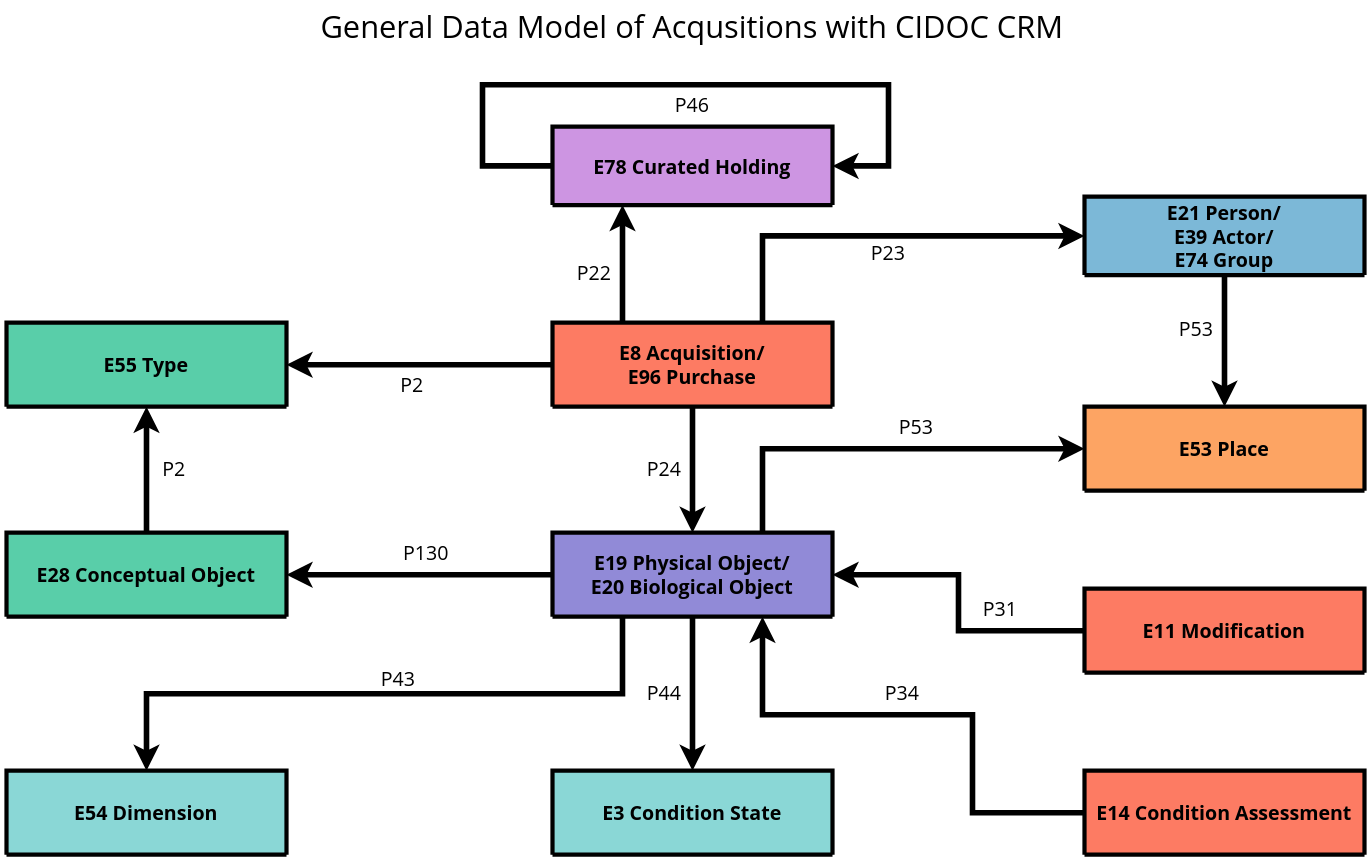
marquart/naturkundemuseum-annotation keeps this draw.io diagram as Documentation/Visualizations/E8_visualization.svg. Above is the earlier version. Source tidied: cells renumbered, new cells last; positions are measured from the earlier drawing's top-left corner, leaving out a move shared by most shapes.
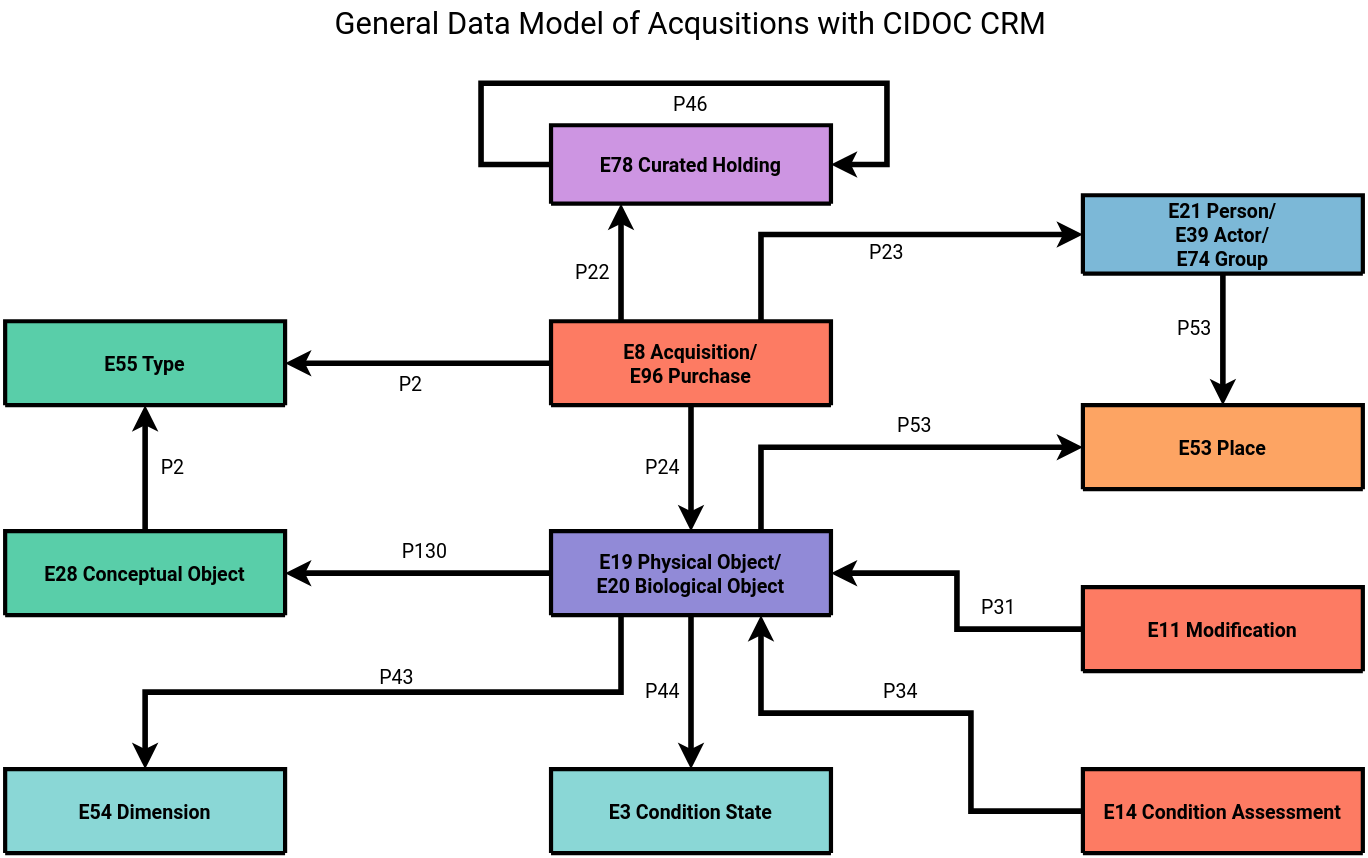
After the change.

Change to the diagram source:
```diff
@@ -14,10 +14,10 @@
     <mxCell id="5" style="edgeStyle=orthogonalEdgeStyle;rounded=0;jettySize=auto;html=1;exitX=0;exitY=0.5;exitDx=0;exitDy=0;entryX=1;entryY=0.5;entryDx=0;entryDy=0;strokeWidth=4;" parent="1" edge="1" source="6" target="19">
       <mxGeometry relative="1" as="geometry" />
     </mxCell>
-    <mxCell id="6" value="E8 Acquisition/&#10;E96 Purchase" style="swimlane;startSize=60;fontFamily=Open Sans;fontSource=https%3A%2F%2Ffonts.googleapis.com%2Fcss%3Ffamily%3DOpen%2BSans;fontSize=14;strokeWidth=3;fillColor=#fc3915aa;" parent="1" vertex="1">
+    <mxCell id="6" value="E8 Acquisition/&#10;E96 Purchase" style="swimlane;startSize=60;fontFamily=Roboto;fontSource=https%3A%2F%2Ffonts.googleapis.com%2Fcss%3Ffamily%3DRoboto;fontSize=14;strokeWidth=3;fillColor=#fc3915aa;swimlaneLine=1;" parent="1" vertex="1">
       <mxGeometry x="390" y="227" width="200" height="60" as="geometry" />
     </mxCell>
-    <mxCell id="7" value="E78 Curated Holding" style="swimlane;startSize=56;fontFamily=Open Sans;fontSource=https%3A%2F%2Ffonts.googleapis.com%2Fcss%3Ffamily%3DOpen%2BSans;fontSize=14;strokeWidth=3;fillColor=#b560d4aa;fontStyle=1;" parent="1" vertex="1">
+    <mxCell id="7" value="E78 Curated Holding" style="swimlane;startSize=56;fontFamily=Roboto;fontSource=https%3A%2F%2Ffonts.googleapis.com%2Fcss%3Ffamily%3DRoboto;fontSize=14;strokeWidth=3;fillColor=#b560d4aa;fontStyle=1;" parent="1" vertex="1">
       <mxGeometry x="390" y="87" width="200" height="56" as="geometry" />
     </mxCell>
     <mxCell id="8" style="edgeStyle=orthogonalEdgeStyle;rounded=0;jettySize=auto;html=1;exitX=0;exitY=0.5;exitDx=0;exitDy=0;entryX=1;entryY=0.5;entryDx=0;entryDy=0;strokeWidth=4;" parent="1" edge="1" source="12" target="17">
@@ -32,28 +32,28 @@
     <mxCell id="11" style="edgeStyle=orthogonalEdgeStyle;rounded=0;jettySize=auto;html=1;exitX=0.75;exitY=0;exitDx=0;exitDy=0;entryX=0;entryY=0.5;entryDx=0;entryDy=0;strokeWidth=4;" parent="1" edge="1" source="12" target="15">
       <mxGeometry relative="1" as="geometry" />
     </mxCell>
-    <mxCell id="12" value="E19 Physical Object/&#10;E20 Biological Object" style="swimlane;startSize=60;fontFamily=Open Sans;fontSource=https%3A%2F%2Ffonts.googleapis.com%2Fcss%3Ffamily%3DOpen%2BSans;fontSize=14;strokeWidth=3;fillColor=#5a50c4aa;" parent="1" vertex="1">
+    <mxCell id="12" value="E19 Physical Object/&#10;E20 Biological Object" style="swimlane;startSize=60;fontFamily=Roboto;fontSource=https%3A%2F%2Ffonts.googleapis.com%2Fcss%3Ffamily%3DRoboto;fontSize=14;strokeWidth=3;fillColor=#5a50c4aa;" parent="1" vertex="1">
       <mxGeometry x="390" y="377" width="200" height="60" as="geometry" />
     </mxCell>
     <mxCell id="13" style="edgeStyle=orthogonalEdgeStyle;rounded=0;jettySize=auto;html=1;exitX=0.5;exitY=1;exitDx=0;exitDy=0;entryX=0.5;entryY=0;entryDx=0;entryDy=0;strokeWidth=4;" parent="1" edge="1" source="14" target="15">
       <mxGeometry relative="1" as="geometry" />
     </mxCell>
-    <mxCell id="14" value="E21 Person/&#10;E39 Actor/&#10;E74 Group" style="swimlane;startSize=56;fontFamily=Open Sans;fontSource=https%3A%2F%2Ffonts.googleapis.com%2Fcss%3Ffamily%3DOpen%2BSans;fontSize=14;strokeWidth=3;fillColor=#3b95c4aa;fontStyle=1;" parent="1" vertex="1">
+    <mxCell id="14" value="E21 Person/&#10;E39 Actor/&#10;E74 Group" style="swimlane;startSize=56;fontFamily=Roboto;fontSource=https%3A%2F%2Ffonts.googleapis.com%2Fcss%3Ffamily%3DRoboto;fontSize=14;strokeWidth=3;fillColor=#3b95c4aa;fontStyle=1;" parent="1" vertex="1">
       <mxGeometry x="770" y="137" width="200" height="56" as="geometry" />
     </mxCell>
-    <mxCell id="15" value="E53 Place" style="swimlane;startSize=60;fontFamily=Open Sans;fontSource=https%3A%2F%2Ffonts.googleapis.com%2Fcss%3Ffamily%3DOpen%2BSans;fontSize=14;strokeWidth=3;fillColor=#fc7715aa;" parent="1" vertex="1">
+    <mxCell id="15" value="E53 Place" style="swimlane;startSize=60;fontFamily=Roboto;fontSource=https%3A%2F%2Ffonts.googleapis.com%2Fcss%3Ffamily%3DRoboto;fontSize=14;strokeWidth=3;fillColor=#fc7715aa;" parent="1" vertex="1">
       <mxGeometry x="770" y="287" width="200" height="60" as="geometry" />
     </mxCell>
     <mxCell id="16" style="edgeStyle=orthogonalEdgeStyle;rounded=0;jettySize=auto;html=1;exitX=0.5;exitY=0;exitDx=0;exitDy=0;entryX=0.5;entryY=1;entryDx=0;entryDy=0;fontFamily=Open Sans;fontSource=https%3A%2F%2Ffonts.googleapis.com%2Fcss%3Ffamily%3DOpen%2BSans;fontSize=14;strokeWidth=4;" parent="1" edge="1" source="17" target="19">
       <mxGeometry relative="1" as="geometry" />
     </mxCell>
-    <mxCell id="17" value="E28 Conceptual Object" style="swimlane;startSize=60;fontFamily=Open Sans;fontSource=https%3A%2F%2Ffonts.googleapis.com%2Fcss%3Ffamily%3DOpen%2BSans;fontSize=14;strokeWidth=3;fillColor=#06b67eaa;" parent="1" vertex="1">
+    <mxCell id="17" value="E28 Conceptual Object" style="swimlane;startSize=60;fontFamily=Roboto;fontSource=https%3A%2F%2Ffonts.googleapis.com%2Fcss%3Ffamily%3DRoboto;fontSize=14;strokeWidth=3;fillColor=#06b67eaa;" parent="1" vertex="1">
       <mxGeometry y="377" width="200" height="60" as="geometry" />
     </mxCell>
-    <mxCell id="18" value="E54 Dimension" style="swimlane;startSize=60;fontFamily=Open Sans;fontSource=https%3A%2F%2Ffonts.googleapis.com%2Fcss%3Ffamily%3DOpen%2BSans;fontSize=14;strokeWidth=3;fillColor=#50c4c2aa;" parent="1" vertex="1">
+    <mxCell id="18" value="E54 Dimension" style="swimlane;startSize=60;fontFamily=Roboto;fontSource=https%3A%2F%2Ffonts.googleapis.com%2Fcss%3Ffamily%3DRoboto;fontSize=14;strokeWidth=3;fillColor=#50c4c2aa;shadow=0;sketch=0;swimlaneLine=1;" parent="1" vertex="1">
       <mxGeometry y="547" width="200" height="60" as="geometry" />
     </mxCell>
-    <mxCell id="19" value="E55 Type" style="swimlane;startSize=60;fontFamily=Open Sans;fontSource=https%3A%2F%2Ffonts.googleapis.com%2Fcss%3Ffamily%3DOpen%2BSans;fontSize=14;strokeWidth=3;fillColor=#06b67eaa;" parent="1" vertex="1">
+    <mxCell id="19" value="E55 Type" style="swimlane;startSize=60;fontFamily=Roboto;fontSource=https%3A%2F%2Ffonts.googleapis.com%2Fcss%3Ffamily%3DRoboto;fontSize=14;strokeWidth=3;fillColor=#06b67eaa;" parent="1" vertex="1">
       <mxGeometry y="227" width="200" height="60" as="geometry" />
     </mxCell>
     <mxCell id="20" style="edgeStyle=orthogonalEdgeStyle;rounded=0;jettySize=auto;html=1;exitX=0;exitY=0.5;exitDx=0;exitDy=0;entryX=0.75;entryY=1;entryDx=0;entryDy=0;strokeWidth=4;" parent="1" edge="1" source="21" target="12">
@@ -65,55 +65,55 @@
         </Array>
       </mxGeometry>
     </mxCell>
-    <mxCell id="21" value="E14 Condition Assessment" style="swimlane;startSize=60;fontFamily=Open Sans;fontSource=https%3A%2F%2Ffonts.googleapis.com%2Fcss%3Ffamily%3DOpen%2BSans;fontSize=14;strokeWidth=3;fillColor=#fc3915aa;" parent="1" vertex="1">
+    <mxCell id="21" value="E14 Condition Assessment" style="swimlane;startSize=60;fontFamily=Roboto;fontSource=https%3A%2F%2Ffonts.googleapis.com%2Fcss%3Ffamily%3DRoboto;fontSize=14;strokeWidth=3;fillColor=#fc3915aa;" parent="1" vertex="1">
       <mxGeometry x="770" y="547" width="200" height="60" as="geometry" />
     </mxCell>
-    <mxCell id="22" value="E3 Condition State" style="swimlane;startSize=60;fontFamily=Open Sans;fontSource=https%3A%2F%2Ffonts.googleapis.com%2Fcss%3Ffamily%3DOpen%2BSans;fontSize=14;strokeWidth=3;fillColor=#50c4c2aa;" parent="1" vertex="1">
+    <mxCell id="22" value="E3 Condition State" style="swimlane;startSize=60;fontFamily=Roboto;fontSource=https%3A%2F%2Ffonts.googleapis.com%2Fcss%3Ffamily%3DRoboto;fontSize=14;strokeWidth=3;fillColor=#50c4c2aa;" parent="1" vertex="1">
       <mxGeometry x="390" y="547" width="200" height="60" as="geometry" />
     </mxCell>
     <mxCell id="23" style="edgeStyle=orthogonalEdgeStyle;rounded=0;jettySize=auto;html=1;exitX=0;exitY=0.5;exitDx=0;exitDy=0;entryX=1;entryY=0.5;entryDx=0;entryDy=0;strokeWidth=4;" parent="1" edge="1" source="24" target="12">
       <mxGeometry relative="1" as="geometry" />
     </mxCell>
-    <mxCell id="24" value="E11 Modification" style="swimlane;startSize=60;fontFamily=Open Sans;fontSource=https%3A%2F%2Ffonts.googleapis.com%2Fcss%3Ffamily%3DOpen%2BSans;fontSize=14;strokeWidth=3;fillColor=#fc3915aa;" parent="1" vertex="1">
+    <mxCell id="24" value="E11 Modification" style="swimlane;startSize=60;fontFamily=Roboto;fontSource=https%3A%2F%2Ffonts.googleapis.com%2Fcss%3Ffamily%3DRoboto;fontSize=14;strokeWidth=3;fillColor=#fc3915aa;" parent="1" vertex="1">
       <mxGeometry x="770" y="417" width="200" height="60" as="geometry" />
     </mxCell>
-    <mxCell id="25" value="P22" style="text;html=1;strokeColor=none;fillColor=none;align=center;verticalAlign=middle;whiteSpace=wrap;rounded=0;fontFamily=Open Sans;fontSource=https%3A%2F%2Ffonts.googleapis.com%2Fcss%3Ffamily%3DOpen%2BSans;fontSize=14;" parent="1" vertex="1">
+    <mxCell id="25" value="P22" style="text;html=1;strokeColor=none;fillColor=none;align=center;verticalAlign=middle;whiteSpace=wrap;rounded=0;fontFamily=Roboto;fontSource=https%3A%2F%2Ffonts.googleapis.com%2Fcss%3Ffamily%3DRoboto;fontSize=14;" parent="1" vertex="1">
       <mxGeometry x="390" y="177" width="60" height="30" as="geometry" />
     </mxCell>
-    <mxCell id="26" value="P23" style="text;html=1;strokeColor=none;fillColor=none;align=center;verticalAlign=middle;whiteSpace=wrap;rounded=0;fontFamily=Open Sans;fontSource=https%3A%2F%2Ffonts.googleapis.com%2Fcss%3Ffamily%3DOpen%2BSans;fontSize=14;" parent="1" vertex="1">
+    <mxCell id="26" value="P23" style="text;html=1;strokeColor=none;fillColor=none;align=center;verticalAlign=middle;whiteSpace=wrap;rounded=0;fontFamily=Roboto;fontSource=https%3A%2F%2Ffonts.googleapis.com%2Fcss%3Ffamily%3DRoboto;fontSize=14;" parent="1" vertex="1">
       <mxGeometry x="600" y="163" width="60" height="30" as="geometry" />
     </mxCell>
-    <mxCell id="27" value="P53" style="text;html=1;strokeColor=none;fillColor=none;align=center;verticalAlign=middle;whiteSpace=wrap;rounded=0;fontFamily=Open Sans;fontSource=https%3A%2F%2Ffonts.googleapis.com%2Fcss%3Ffamily%3DOpen%2BSans;fontSize=14;" parent="1" vertex="1">
+    <mxCell id="27" value="P53" style="text;html=1;strokeColor=none;fillColor=none;align=center;verticalAlign=middle;whiteSpace=wrap;rounded=0;fontFamily=Roboto;fontSource=https%3A%2F%2Ffonts.googleapis.com%2Fcss%3Ffamily%3DRoboto;fontSize=14;" parent="1" vertex="1">
       <mxGeometry x="820" y="217" width="60" height="30" as="geometry" />
     </mxCell>
-    <mxCell id="28" value="P53" style="text;html=1;strokeColor=none;fillColor=none;align=center;verticalAlign=middle;whiteSpace=wrap;rounded=0;fontFamily=Open Sans;fontSource=https%3A%2F%2Ffonts.googleapis.com%2Fcss%3Ffamily%3DOpen%2BSans;fontSize=14;" parent="1" vertex="1">
+    <mxCell id="28" value="P53" style="text;html=1;strokeColor=none;fillColor=none;align=center;verticalAlign=middle;whiteSpace=wrap;rounded=0;fontFamily=Roboto;fontSource=https%3A%2F%2Ffonts.googleapis.com%2Fcss%3Ffamily%3DRoboto;fontSize=14;" parent="1" vertex="1">
       <mxGeometry x="620" y="287" width="60" height="30" as="geometry" />
     </mxCell>
-    <mxCell id="29" value="P31" style="text;html=1;strokeColor=none;fillColor=none;align=center;verticalAlign=middle;whiteSpace=wrap;rounded=0;fontFamily=Open Sans;fontSource=https%3A%2F%2Ffonts.googleapis.com%2Fcss%3Ffamily%3DOpen%2BSans;fontSize=14;" parent="1" vertex="1">
+    <mxCell id="29" value="P31" style="text;html=1;strokeColor=none;fillColor=none;align=center;verticalAlign=middle;whiteSpace=wrap;rounded=0;fontFamily=Roboto;fontSource=https%3A%2F%2Ffonts.googleapis.com%2Fcss%3Ffamily%3DRoboto;fontSize=14;" parent="1" vertex="1">
       <mxGeometry x="680" y="417" width="60" height="30" as="geometry" />
     </mxCell>
-    <mxCell id="30" value="P2" style="text;html=1;strokeColor=none;fillColor=none;align=center;verticalAlign=middle;whiteSpace=wrap;rounded=0;fontFamily=Open Sans;fontSource=https%3A%2F%2Ffonts.googleapis.com%2Fcss%3Ffamily%3DOpen%2BSans;fontSize=14;" parent="1" vertex="1">
+    <mxCell id="30" value="P2" style="text;html=1;strokeColor=none;fillColor=none;align=center;verticalAlign=middle;whiteSpace=wrap;rounded=0;fontFamily=Roboto;fontSource=https%3A%2F%2Ffonts.googleapis.com%2Fcss%3Ffamily%3DRoboto;fontSize=14;" parent="1" vertex="1">
       <mxGeometry x="260" y="257" width="60" height="30" as="geometry" />
     </mxCell>
-    <mxCell id="31" value="P2" style="text;html=1;strokeColor=none;fillColor=none;align=center;verticalAlign=middle;whiteSpace=wrap;rounded=0;fontFamily=Open Sans;fontSource=https%3A%2F%2Ffonts.googleapis.com%2Fcss%3Ffamily%3DOpen%2BSans;fontSize=14;" parent="1" vertex="1">
+    <mxCell id="31" value="P2" style="text;html=1;strokeColor=none;fillColor=none;align=center;verticalAlign=middle;whiteSpace=wrap;rounded=0;fontFamily=Roboto;fontSource=https%3A%2F%2Ffonts.googleapis.com%2Fcss%3Ffamily%3DRoboto;fontSize=14;" parent="1" vertex="1">
       <mxGeometry x="90" y="317" width="60" height="30" as="geometry" />
     </mxCell>
-    <mxCell id="32" value="P130" style="text;html=1;strokeColor=none;fillColor=none;align=center;verticalAlign=middle;whiteSpace=wrap;rounded=0;fontFamily=Open Sans;fontSource=https%3A%2F%2Ffonts.googleapis.com%2Fcss%3Ffamily%3DOpen%2BSans;fontSize=14;" parent="1" vertex="1">
+    <mxCell id="32" value="P130" style="text;html=1;strokeColor=none;fillColor=none;align=center;verticalAlign=middle;whiteSpace=wrap;rounded=0;fontFamily=Roboto;fontSource=https%3A%2F%2Ffonts.googleapis.com%2Fcss%3Ffamily%3DRoboto;fontSize=14;" parent="1" vertex="1">
       <mxGeometry x="270" y="377" width="60" height="30" as="geometry" />
     </mxCell>
-    <mxCell id="33" value="P43" style="text;html=1;strokeColor=none;fillColor=none;align=center;verticalAlign=middle;whiteSpace=wrap;rounded=0;fontFamily=Open Sans;fontSource=https%3A%2F%2Ffonts.googleapis.com%2Fcss%3Ffamily%3DOpen%2BSans;fontSize=14;" parent="1" vertex="1">
+    <mxCell id="33" value="P43" style="text;html=1;strokeColor=none;fillColor=none;align=center;verticalAlign=middle;whiteSpace=wrap;rounded=0;fontFamily=Roboto;fontSource=https%3A%2F%2Ffonts.googleapis.com%2Fcss%3Ffamily%3DRoboto;fontSize=14;" parent="1" vertex="1">
       <mxGeometry x="250" y="467" width="60" height="30" as="geometry" />
     </mxCell>
-    <mxCell id="34" value="P34" style="text;html=1;strokeColor=none;fillColor=none;align=center;verticalAlign=middle;whiteSpace=wrap;rounded=0;fontFamily=Open Sans;fontSource=https%3A%2F%2Ffonts.googleapis.com%2Fcss%3Ffamily%3DOpen%2BSans;fontSize=14;" parent="1" vertex="1">
+    <mxCell id="34" value="P34" style="text;html=1;strokeColor=none;fillColor=none;align=center;verticalAlign=middle;whiteSpace=wrap;rounded=0;fontFamily=Roboto;fontSource=https%3A%2F%2Ffonts.googleapis.com%2Fcss%3Ffamily%3DRoboto;fontSize=14;" parent="1" vertex="1">
       <mxGeometry x="610" y="477" width="60" height="30" as="geometry" />
     </mxCell>
-    <mxCell id="35" value="P44" style="text;html=1;strokeColor=none;fillColor=none;align=center;verticalAlign=middle;whiteSpace=wrap;rounded=0;fontFamily=Open Sans;fontSource=https%3A%2F%2Ffonts.googleapis.com%2Fcss%3Ffamily%3DOpen%2BSans;fontSize=14;" parent="1" vertex="1">
+    <mxCell id="35" value="P44" style="text;html=1;strokeColor=none;fillColor=none;align=center;verticalAlign=middle;whiteSpace=wrap;rounded=0;fontFamily=Roboto;fontSource=https%3A%2F%2Ffonts.googleapis.com%2Fcss%3Ffamily%3DRoboto;fontSize=14;" parent="1" vertex="1">
       <mxGeometry x="440" y="477" width="60" height="30" as="geometry" />
     </mxCell>
-    <mxCell id="36" value="General Data Model of Acqusitions with CIDOC CRM" style="text;html=1;strokeColor=none;fillColor=none;align=center;verticalAlign=middle;whiteSpace=wrap;rounded=0;fontFamily=Open Sans;fontSource=https%3A%2F%2Ffonts.googleapis.com%2Fcss%3Ffamily%3DOpen%2BSans;fontSize=22;" parent="1" vertex="1">
+    <mxCell id="36" value="General Data Model of Acqusitions with CIDOC CRM" style="text;html=1;strokeColor=none;fillColor=none;align=center;verticalAlign=middle;whiteSpace=wrap;rounded=0;fontFamily=Roboto;fontSource=https%3A%2F%2Ffonts.googleapis.com%2Fcss%3Ffamily%3DRoboto;fontSize=22;" parent="1" vertex="1">
       <mxGeometry x="195" width="590" height="30" as="geometry" />
     </mxCell>
-    <mxCell id="37" value="P24" style="text;html=1;strokeColor=none;fillColor=none;align=center;verticalAlign=middle;whiteSpace=wrap;rounded=0;fontFamily=Open Sans;fontSource=https%3A%2F%2Ffonts.googleapis.com%2Fcss%3Ffamily%3DOpen%2BSans;fontSize=14;" parent="1" vertex="1">
+    <mxCell id="37" value="P24" style="text;html=1;strokeColor=none;fillColor=none;align=center;verticalAlign=middle;whiteSpace=wrap;rounded=0;fontFamily=Roboto;fontSource=https%3A%2F%2Ffonts.googleapis.com%2Fcss%3Ffamily%3DRoboto;fontSize=14;" parent="1" vertex="1">
       <mxGeometry x="440" y="317" width="60" height="30" as="geometry" />
     </mxCell>
     <mxCell id="38" style="edgeStyle=orthogonalEdgeStyle;rounded=0;orthogonalLoop=1;jettySize=auto;html=1;exitX=0;exitY=0.5;exitDx=0;exitDy=0;entryX=1;entryY=0.5;entryDx=0;entryDy=0;strokeWidth=4;" parent="1" edge="1" source="7" target="7">
@@ -126,7 +126,7 @@
         </Array>
       </mxGeometry>
     </mxCell>
-    <mxCell id="39" value="P46" style="text;html=1;strokeColor=none;fillColor=none;align=center;verticalAlign=middle;whiteSpace=wrap;rounded=0;fontFamily=Open Sans;fontSource=https%3A%2F%2Ffonts.googleapis.com%2Fcss%3Ffamily%3DOpen%2BSans;fontSize=14;" parent="1" vertex="1">
+    <mxCell id="39" value="P46" style="text;html=1;strokeColor=none;fillColor=none;align=center;verticalAlign=middle;whiteSpace=wrap;rounded=0;fontFamily=Roboto;fontSource=https%3A%2F%2Ffonts.googleapis.com%2Fcss%3Ffamily%3DRoboto;fontSize=14;" parent="1" vertex="1">
       <mxGeometry x="460" y="57" width="60" height="30" as="geometry" />
     </mxCell>
   </root>
```
